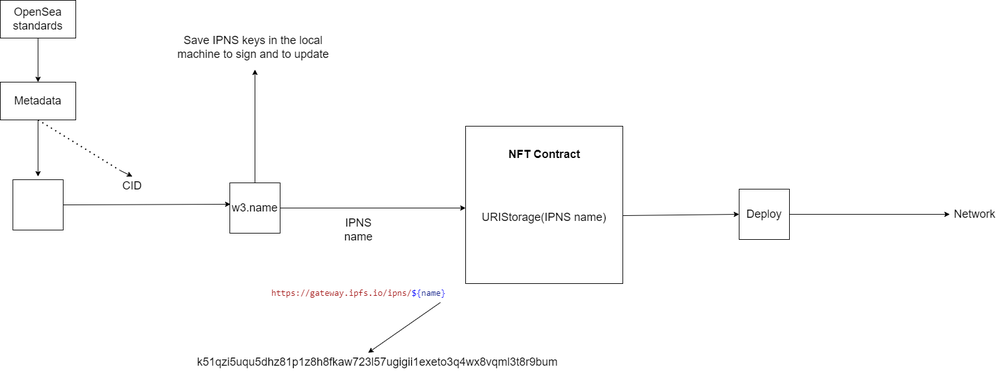
This is Diagrams/Dynamic_NFT_Architecture.drawio.png from PriyathamVarma/NFT-Basics-to-Jedi, a draw.io export, as it was before one commit. Source tidied: cells renumbered, new cells last; positions are measured from the earlier drawing's top-left corner, leaving out a move shared by most shapes.
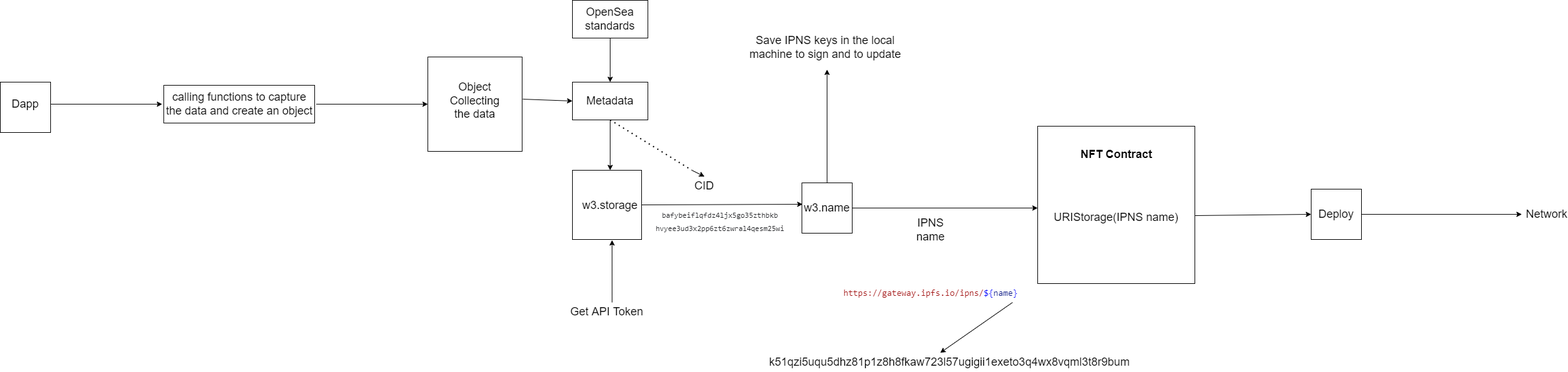
The same diagram one commit later.

Diff of the diagram source:
```diff
@@ -59,7 +59,7 @@
       <mxGeometry x="265" y="60" width="275" height="30" as="geometry" />
     </mxCell>
     <mxCell id="18" style="whiteSpace=wrap;html=1;fontSize=18;" parent="1" vertex="1">
-      <mxGeometry x="20" y="285" width="80" height="80" as="geometry" />
+      <mxGeometry y="270" width="110" height="110" as="geometry" />
     </mxCell>
     <mxCell id="19" style="endArrow=classic;html=1;rounded=0;fontSize=18;exitX=1;exitY=0.5;exitDx=0;exitDy=0;entryX=0.013;entryY=0.425;entryDx=0;entryDy=0;entryPerimeter=0;" parent="1" edge="1" source="18" target="5">
       <mxGeometry relative="1" as="geometry" />
@@ -75,7 +75,7 @@
     </mxCell>
     <mxCell id="23" style="endArrow=classic;html=1;rounded=0;fontSize=18;exitX=0.5;exitY=1;exitDx=0;exitDy=0;" parent="1" edge="1" source="21">
       <mxGeometry relative="1" as="geometry">
-        <mxPoint x="60" y="280" as="targetPoint" />
+        <mxPoint x="60" y="270" as="targetPoint" />
       </mxGeometry>
     </mxCell>
     <mxCell id="24" style="rounded=0;whiteSpace=wrap;html=1;fontSize=18;" parent="1" vertex="1">
@@ -102,5 +102,46 @@
     <mxCell id="29" value="w3.name" style="text;html=1;strokeColor=none;fillColor=none;align=center;verticalAlign=middle;whiteSpace=wrap;rounded=0;fontSize=18;" parent="1" vertex="1">
       <mxGeometry x="375" y="315" width="60" height="30" as="geometry" />
     </mxCell>
+    <mxCell id="30" value="w3.storage" style="text;html=1;strokeColor=none;fillColor=none;align=center;verticalAlign=middle;whiteSpace=wrap;rounded=0;fontSize=18;" parent="1" vertex="1">
+      <mxGeometry x="55" y="325" width="10" as="geometry" />
+    </mxCell>
+    <mxCell id="31" value="Get API Token&amp;nbsp;" style="text;html=1;strokeColor=none;fillColor=none;align=center;verticalAlign=middle;whiteSpace=wrap;rounded=0;fontSize=18;" parent="1" vertex="1">
+      <mxGeometry x="-20" y="480" width="155" height="30" as="geometry" />
+    </mxCell>
+    <mxCell id="32" style="endArrow=classic;html=1;rounded=0;fontSize=18;entryX=0.573;entryY=1.009;entryDx=0;entryDy=0;exitX=0.536;exitY=0;exitDx=0;exitDy=0;entryPerimeter=0;exitPerimeter=0;" parent="1" edge="1" source="31" target="18">
+      <mxGeometry relative="1" as="geometry" />
+    </mxCell>
+    <mxCell id="33" value="&lt;br&gt;&lt;span style=&quot;color: rgb(32, 33, 36); font-family: consolas, &amp;quot;lucida console&amp;quot;, &amp;quot;courier new&amp;quot;, monospace; font-size: 12px; font-style: normal; font-variant-ligatures: normal; font-variant-caps: normal; font-weight: 400; letter-spacing: normal; orphans: 2; text-align: left; text-indent: 0px; text-transform: none; widows: 2; word-spacing: 0px; -webkit-text-stroke-width: 0px; background-color: rgb(255, 255, 255); text-decoration-thickness: initial; text-decoration-style: initial; text-decoration-color: initial; float: none; display: inline !important;&quot;&gt;bafybeiflqfdz4ljx5go35zthbkb&lt;br&gt;hvyee3ud3x2pp6zt6zwral4qesm25wi&lt;/span&gt;" style="text;html=1;strokeColor=none;fillColor=none;align=center;verticalAlign=middle;whiteSpace=wrap;rounded=0;fontSize=18;" parent="1" vertex="1">
+      <mxGeometry x="35" y="325" width="400" height="30" as="geometry" />
+    </mxCell>
+    <mxCell id="34" style="whiteSpace=wrap;html=1;fontSize=18;" parent="1" vertex="1">
+      <mxGeometry x="-230" y="90" width="150" height="150" as="geometry" />
+    </mxCell>
+    <mxCell id="35" value="Object Collecting the data" style="text;html=1;strokeColor=none;fillColor=none;align=center;verticalAlign=middle;whiteSpace=wrap;rounded=0;fontSize=18;" parent="1" vertex="1">
+      <mxGeometry x="-185" y="145" width="60" height="30" as="geometry" />
+    </mxCell>
+    <mxCell id="36" style="endArrow=classic;html=1;rounded=0;fontSize=18;exitX=1.007;exitY=0.447;exitDx=0;exitDy=0;entryX=0;entryY=0.5;entryDx=0;entryDy=0;exitPerimeter=0;" parent="1" edge="1" source="34" target="21">
+      <mxGeometry relative="1" as="geometry" />
+    </mxCell>
+    <mxCell id="37" style="whiteSpace=wrap;html=1;fontSize=18;" parent="1" vertex="1">
+      <mxGeometry x="-910" y="130" width="80" height="80" as="geometry" />
+    </mxCell>
+    <mxCell id="38" value="Dapp" style="text;html=1;strokeColor=none;fillColor=none;align=center;verticalAlign=middle;whiteSpace=wrap;rounded=0;fontSize=18;" parent="1" vertex="1">
+      <mxGeometry x="-900" y="150" width="60" height="30" as="geometry" />
+    </mxCell>
+    <mxCell id="39" style="rounded=0;whiteSpace=wrap;html=1;fontSize=18;" parent="1" vertex="1">
+      <mxGeometry x="-650" y="135" width="240" height="60" as="geometry" />
+    </mxCell>
+    <mxCell id="40" value="calling functions to capture the data and create an object" style="text;html=1;strokeColor=none;fillColor=none;align=center;verticalAlign=middle;whiteSpace=wrap;rounded=0;fontSize=18;" parent="1" vertex="1">
+      <mxGeometry x="-652.5" y="150" width="245" height="30" as="geometry" />
+    </mxCell>
+    <mxCell id="41" style="endArrow=classic;html=1;rounded=0;fontSize=18;entryX=0;entryY=0.5;entryDx=0;entryDy=0;" parent="1" edge="1" target="40">
+      <mxGeometry relative="1" as="geometry">
+        <mxPoint x="-830" y="165" as="sourcePoint" />
+      </mxGeometry>
+    </mxCell>
+    <mxCell id="42" style="endArrow=classic;html=1;rounded=0;fontSize=18;exitX=1;exitY=0.5;exitDx=0;exitDy=0;entryX=0;entryY=0.5;entryDx=0;entryDy=0;" parent="1" edge="1" source="40" target="34">
+      <mxGeometry relative="1" as="geometry" />
+    </mxCell>
   </root>
 </mxGraphModel>
```
